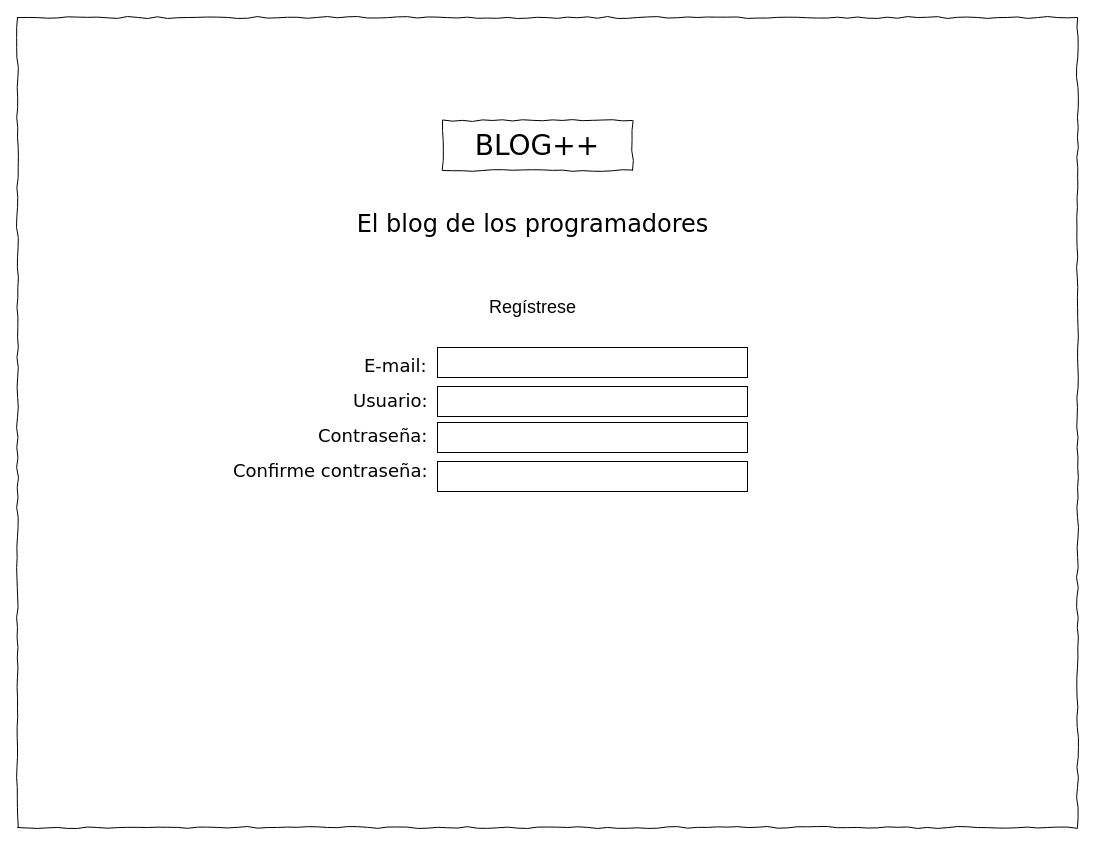
The draw.io diagram page "Registro" (2 of 3) of SketchRegistroUsuarios.drawio in andresico01/RetoUniNorteCiclo3, before the edit. Source tidied: cells renumbered, new cells numbered last; positions are measured from the earlier drawing's top-left corner, leaving out a move shared by most shapes. Both pictures are drawn from the tidied source at 100%, with x=0, y=0 at pixel (17, 17).
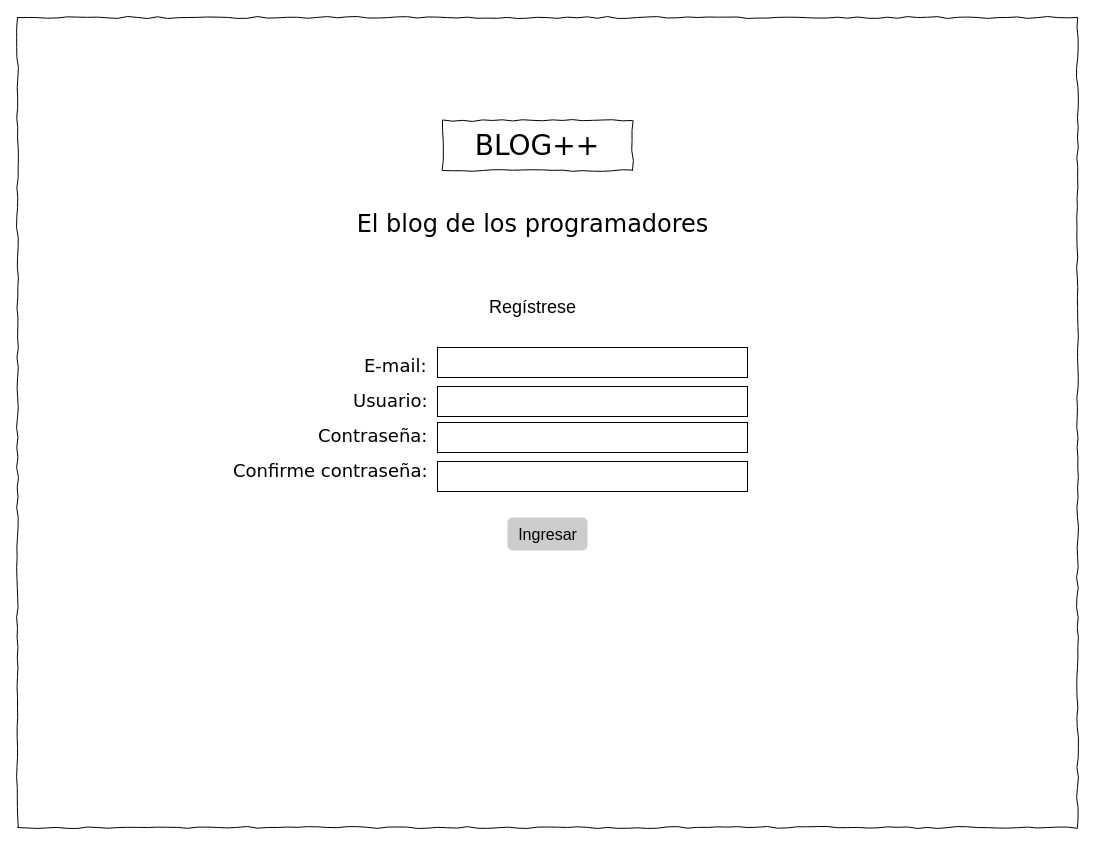
The same page after the edit.

Change to the diagram source:
```diff
@@
 <mxGraphModel background="#ffffff">
   <root>
     <mxCell id="0" />
     <mxCell id="1" parent="0" />
     <mxCell id="2" style="whiteSpace=wrap;html=1;rounded=0;shadow=0;labelBackgroundColor=none;strokeColor=#000000;strokeWidth=1;fillColor=none;fontFamily=Verdana;fontSize=12;fontColor=#000000;align=center;comic=1;" parent="1" vertex="1">
       <mxGeometry width="1060" height="810" as="geometry" />
     </mxCell>
     <mxCell id="3" value="BLOG++" style="whiteSpace=wrap;html=1;rounded=0;shadow=0;labelBackgroundColor=none;strokeWidth=1;fontFamily=Verdana;fontSize=28;align=center;comic=1;" parent="1" vertex="1">
       <mxGeometry x="425" y="103" width="190" height="50" as="geometry" />
     </mxCell>
     <mxCell id="4" value="&lt;font style=&quot;font-size: 24px&quot;&gt;El blog de los programadores&lt;/font&gt;" style="text;html=1;align=center;verticalAlign=top;spacingTop=-4;fontSize=14;fontFamily=Verdana;" parent="1" vertex="1">
       <mxGeometry x="310" y="190" width="410" height="20" as="geometry" />
     </mxCell>
     <mxCell id="5" value="&lt;font style=&quot;font-size: 18px&quot;&gt;E-mail:&lt;/font&gt;" style="text;html=1;align=left;verticalAlign=top;spacingTop=-4;fontSize=14;fontFamily=Verdana;" parent="1" vertex="1">
       <mxGeometry x="345" y="335" width="170" height="20" as="geometry" />
     </mxCell>
     <mxCell id="6" value="&lt;font style=&quot;font-size: 18px&quot;&gt;Usuario:&lt;/font&gt;" style="text;html=1;align=left;verticalAlign=top;spacingTop=-4;fontSize=14;fontFamily=Verdana;" parent="1" vertex="1">
       <mxGeometry x="334" y="370" width="170" height="20" as="geometry" />
     </mxCell>
     <mxCell id="7" value="&lt;font style=&quot;font-size: 18px&quot;&gt;Contraseña:&lt;/font&gt;" style="text;html=1;align=left;verticalAlign=top;spacingTop=-4;fontSize=14;fontFamily=Verdana;" parent="1" vertex="1">
       <mxGeometry x="299" y="405" width="170" height="20" as="geometry" />
     </mxCell>
     <mxCell id="8" value="&lt;font style=&quot;font-size: 18px&quot;&gt;Confirme contraseña:&lt;/font&gt;" style="text;html=1;align=left;verticalAlign=top;spacingTop=-4;fontSize=14;fontFamily=Verdana;" parent="1" vertex="1">
       <mxGeometry x="214" y="440" width="170" height="20" as="geometry" />
     </mxCell>
     <mxCell id="9" style="rounded=0;whiteSpace=wrap;html=1;" parent="1" vertex="1">
       <mxGeometry x="420" y="330" width="310" height="30" as="geometry" />
     </mxCell>
     <mxCell id="10" value="&lt;font style=&quot;font-size: 18px&quot;&gt;Regístrese&lt;/font&gt;" style="text;html=1;align=center;verticalAlign=middle;fillColor=none;strokeColor=none;rounded=0;" parent="1" vertex="1">
       <mxGeometry x="465" y="280" width="100" height="20" as="geometry" />
     </mxCell>
     <mxCell id="11" style="rounded=0;whiteSpace=wrap;html=1;" parent="1" vertex="1">
       <mxGeometry x="420" y="369" width="310" height="30" as="geometry" />
     </mxCell>
     <mxCell id="12" style="rounded=0;whiteSpace=wrap;html=1;" parent="1" vertex="1">
       <mxGeometry x="420" y="405" width="310" height="30" as="geometry" />
     </mxCell>
     <mxCell id="13" style="rounded=0;whiteSpace=wrap;html=1;" parent="1" vertex="1">
       <mxGeometry x="420" y="444" width="310" height="30" as="geometry" />
     </mxCell>
+    <mxCell id="14" value="&lt;font style=&quot;background-color: rgb(204 , 204 , 204) ; font-size: 16px&quot; color=&quot;#000000&quot;&gt;Ingresar&lt;/font&gt;" style="rounded=1;align=center;strokeColor=none;html=1;fontColor=#ffffff;fontSize=12;fillColor=#CCCCCC;" parent="1" vertex="1">
+      <mxGeometry x="490" y="500" width="80" height="33" as="geometry" />
+    </mxCell>
   </root>
 </mxGraphModel>
```
